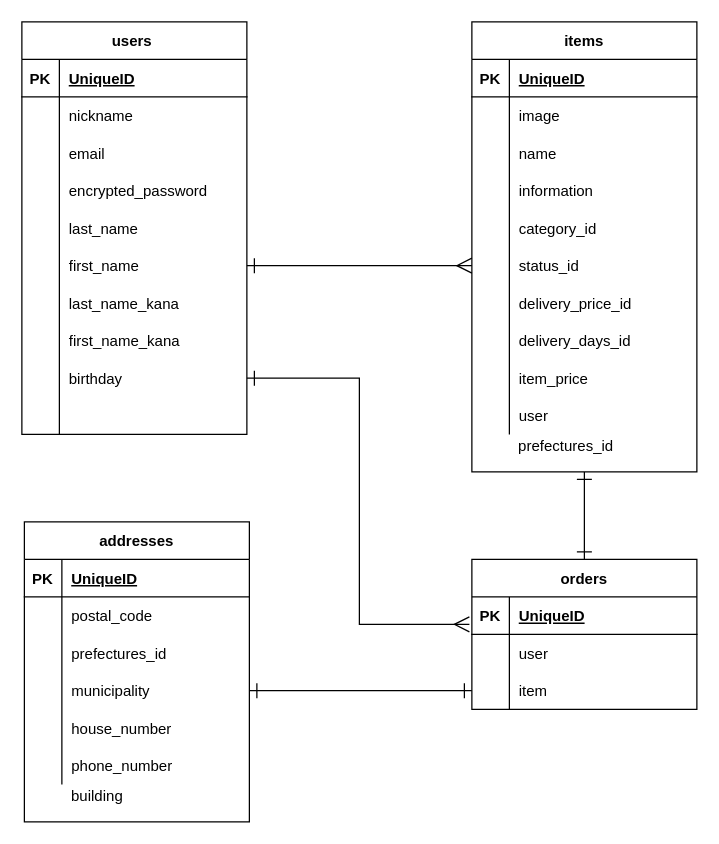
Above: ER.dio in scrap2414/furima-35002 (draw.io), before the change. Source tidied: cells renumbered, new cells numbered last; positions are measured from the earlier drawing's top-left corner, leaving out a move shared by most shapes. Both pictures are drawn from the tidied source at 125%, with x=0, y=0 at pixel (21, 21).
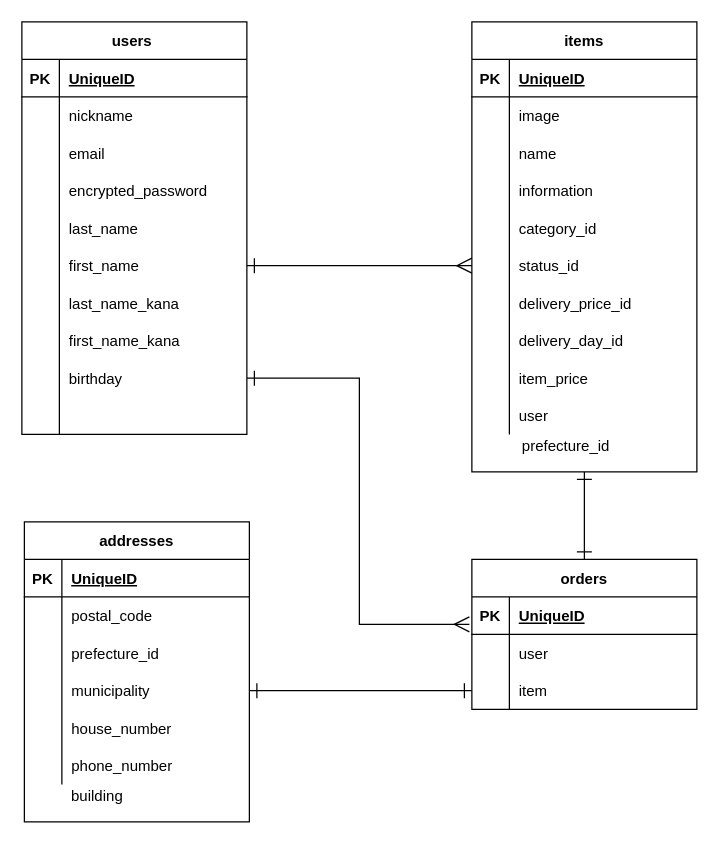
After the change.

The change refers to these unchanged cells:
```xml
<mxCell id="56" style="shape=partialRectangle;fillColor=none;top=0;left=0;bottom=0;right=0;" parent="34" vertex="1">
  <mxGeometry y="240" width="180" height="30" as="geometry" />
</mxCell>
<mxCell id="72" style="shape=partialRectangle;fillColor=none;top=0;left=0;bottom=0;right=0;" parent="65" vertex="1">
  <mxGeometry y="90" width="180" height="30" as="geometry" />
</mxCell>
```

What changed in the source:
```diff
@@
-    <mxCell id="58" value="delivery_days_id" style="shape=partialRectangle;fillColor=none;top=0;left=0;bottom=0;right=0;align=left;spacingLeft=6;overflow=hidden;" parent="56" vertex="1">
+    <mxCell id="58" value="delivery_day_id" style="shape=partialRectangle;fillColor=none;top=0;left=0;bottom=0;right=0;align=left;spacingLeft=6;overflow=hidden;" parent="56" vertex="1">
       <mxGeometry x="30" width="150" height="30" as="geometry" />
     </mxCell>
@@
-    <mxCell id="74" value="prefectures_id" style="shape=partialRectangle;fillColor=none;top=0;left=0;bottom=0;right=0;align=left;spacingLeft=6;overflow=hidden;" parent="72" vertex="1">
+    <mxCell id="74" value="prefecture_id" style="shape=partialRectangle;fillColor=none;top=0;left=0;bottom=0;right=0;align=left;spacingLeft=6;overflow=hidden;" parent="72" vertex="1">
       <mxGeometry x="30" width="150" height="30" as="geometry" />
     </mxCell>
@@
-    <mxCell id="97" value="&lt;span style=&quot;text-align: left&quot;&gt;prefectures_id&lt;/span&gt;" style="text;html=1;align=center;verticalAlign=middle;" parent="1" vertex="1">
+    <mxCell id="97" value="&lt;span style=&quot;text-align: left&quot;&gt;prefecture_id&lt;/span&gt;" style="text;html=1;align=center;verticalAlign=middle;" parent="1" vertex="1">
       <mxGeometry x="390" y="330" width="90" height="20" as="geometry" />
     </mxCell>
```
